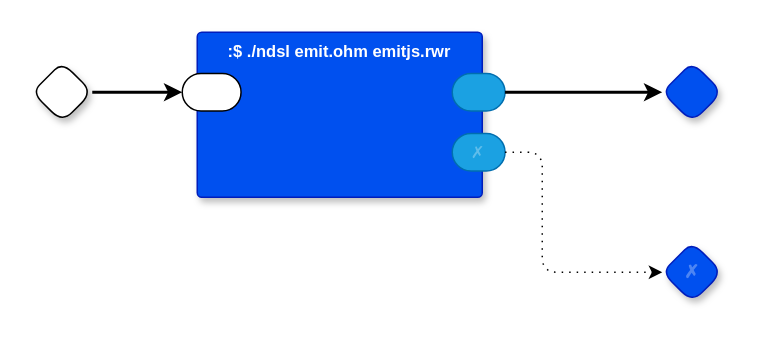
Before: page "RT to Javascript" (9 of 24) of kernel/kernel.drawio in guitarvydas/pbp, a draw.io diagram. Source tidied: cells renumbered, new cells numbered last; positions are measured from the earlier drawing's top-left corner, leaving out a move shared by most shapes. Both pictures are drawn from the tidied source at 150%, with x=0, y=0 at pixel (32, 32).
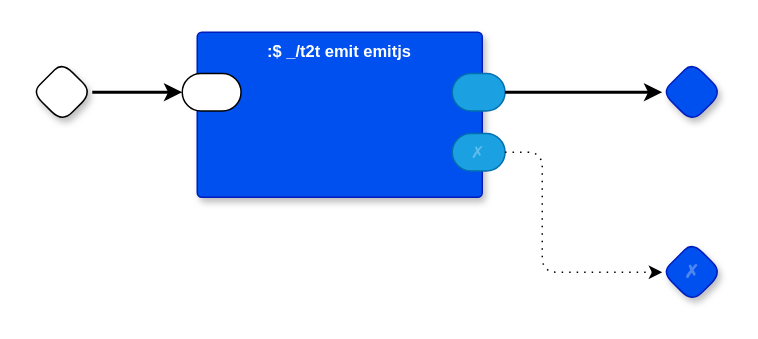
Above is the later version.

Diff of the diagram source:
```diff
@@
 <mxGraphModel>
   <root>
     <mxCell id="0" />
     <mxCell id="1" parent="0" />
     <mxCell id="2" style="rhombus;whiteSpace=wrap;html=1;rounded=1;fontStyle=1;glass=0;sketch=0;fontSize=12;points=[[0,0.5,0,0,0],[0.5,0,0,0,0],[0.5,1,0,0,0],[1,0.5,0,0,0]];shadow=1;fontFamily=Helvetica;fontColor=default;" parent="1" vertex="1">
       <mxGeometry y="20" width="40" height="40" as="geometry" />
     </mxCell>
     <mxCell id="3" style="rhombus;whiteSpace=wrap;html=1;rounded=1;fontStyle=1;glass=0;sketch=0;fontSize=12;points=[[0,0.5,0,0,0],[0.5,0,0,0,0],[0.5,1,0,0,0],[1,0.5,0,0,0]];shadow=1;fillColor=#0050ef;fontColor=#ffffff;strokeColor=#001DBC;fontFamily=Helvetica;" parent="1" vertex="1">
       <mxGeometry x="420" y="20" width="40" height="40" as="geometry" />
     </mxCell>
     <mxCell id="4" value="✗" style="rhombus;whiteSpace=wrap;html=1;rounded=1;fillColor=#0050ef;fontColor=#ffffff;strokeColor=#001DBC;fontStyle=1;glass=0;sketch=0;fontSize=12;points=[[0,0.5,0,0,0],[0.5,0,0,0,0],[0.5,1,0,0,0],[1,0.5,0,0,0]];shadow=1;textOpacity=30;" parent="1" vertex="1">
       <mxGeometry x="420" y="140" width="40" height="40" as="geometry" />
     </mxCell>
-    <mxCell id="5" value=":$ ./ndsl emit.ohm emitjs.rwr" style="rounded=1;sketch=0;verticalAlign=top;arcSize=6;fontStyle=1;absoluteArcSize=1;shadow=1;strokeColor=#001DBC;fillColor=#0050ef;fontColor=#ffffff;fontFamily=Helvetica;fontSize=11;" parent="1" vertex="1">
+    <mxCell id="5" value=":$ _/t2t emit emitjs" style="rounded=1;sketch=0;verticalAlign=top;arcSize=6;fontStyle=1;absoluteArcSize=1;shadow=1;strokeColor=#001DBC;fillColor=#0050ef;fontColor=#ffffff;fontFamily=Helvetica;fontSize=11;" parent="1" vertex="1">
       <mxGeometry x="110" width="190" height="110" as="geometry" />
     </mxCell>
     <mxCell id="6" style="rounded=1;whiteSpace=wrap;html=1;sketch=0;points=[[0,0.5,0,0,0],[1,0.5,0,0,0]];arcSize=50;fontFamily=Helvetica;fontSize=11;fontColor=default;" parent="5" vertex="1">
       <mxGeometry x="-10" y="27.5" width="39.2" height="25" as="geometry" />
     </mxCell>
     <mxCell id="7" style="rounded=1;whiteSpace=wrap;html=1;sketch=0;points=[[0,0.5,0,0,0],[1,0.5,0,0,0]];fillColor=#1ba1e2;fontColor=#ffffff;strokeColor=#006EAF;arcSize=50;fontFamily=Helvetica;fontSize=11;" parent="5" vertex="1">
       <mxGeometry x="170" y="27.5" width="35.2" height="25" as="geometry" />
     </mxCell>
     <mxCell id="8" value="✗" style="rounded=1;whiteSpace=wrap;html=1;sketch=0;points=[[0,0.5,0,0,0],[1,0.5,0,0,0]];fillColor=#1ba1e2;fontColor=#ffffff;strokeColor=#006EAF;arcSize=50;fontFamily=Helvetica;fontSize=11;textOpacity=30;" parent="5" vertex="1">
       <mxGeometry x="170" y="67.5" width="35.2" height="25" as="geometry" />
     </mxCell>
     <mxCell id="9" style="edgeStyle=orthogonalEdgeStyle;rounded=0;jettySize=auto;html=1;exitX=1;exitY=0.5;exitDx=0;exitDy=0;exitPerimeter=0;entryX=0;entryY=0.5;entryDx=0;entryDy=0;entryPerimeter=0;strokeWidth=2;" parent="1" edge="1" source="2" target="6">
       <mxGeometry relative="1" as="geometry" />
     </mxCell>
     <mxCell id="10" style="edgeStyle=orthogonalEdgeStyle;rounded=0;jettySize=auto;html=1;exitX=1;exitY=0.5;exitDx=0;exitDy=0;exitPerimeter=0;strokeWidth=2;entryX=0;entryY=0.5;entryDx=0;entryDy=0;entryPerimeter=0;" parent="1" edge="1" source="7" target="3">
       <mxGeometry relative="1" as="geometry" />
     </mxCell>
     <mxCell id="11" style="edgeStyle=orthogonalEdgeStyle;rounded=1;jettySize=auto;html=1;exitX=1;exitY=0.5;exitDx=0;exitDy=0;exitPerimeter=0;entryX=0;entryY=0.5;entryDx=0;entryDy=0;entryPerimeter=0;curved=0;dashed=1;dashPattern=1 4;" parent="1" edge="1" source="8" target="4">
       <mxGeometry relative="1" as="geometry">
         <Array as="points">
           <mxPoint x="340" y="80" />
           <mxPoint x="340" y="160" />
         </Array>
       </mxGeometry>
     </mxCell>
   </root>
 </mxGraphModel>
```
